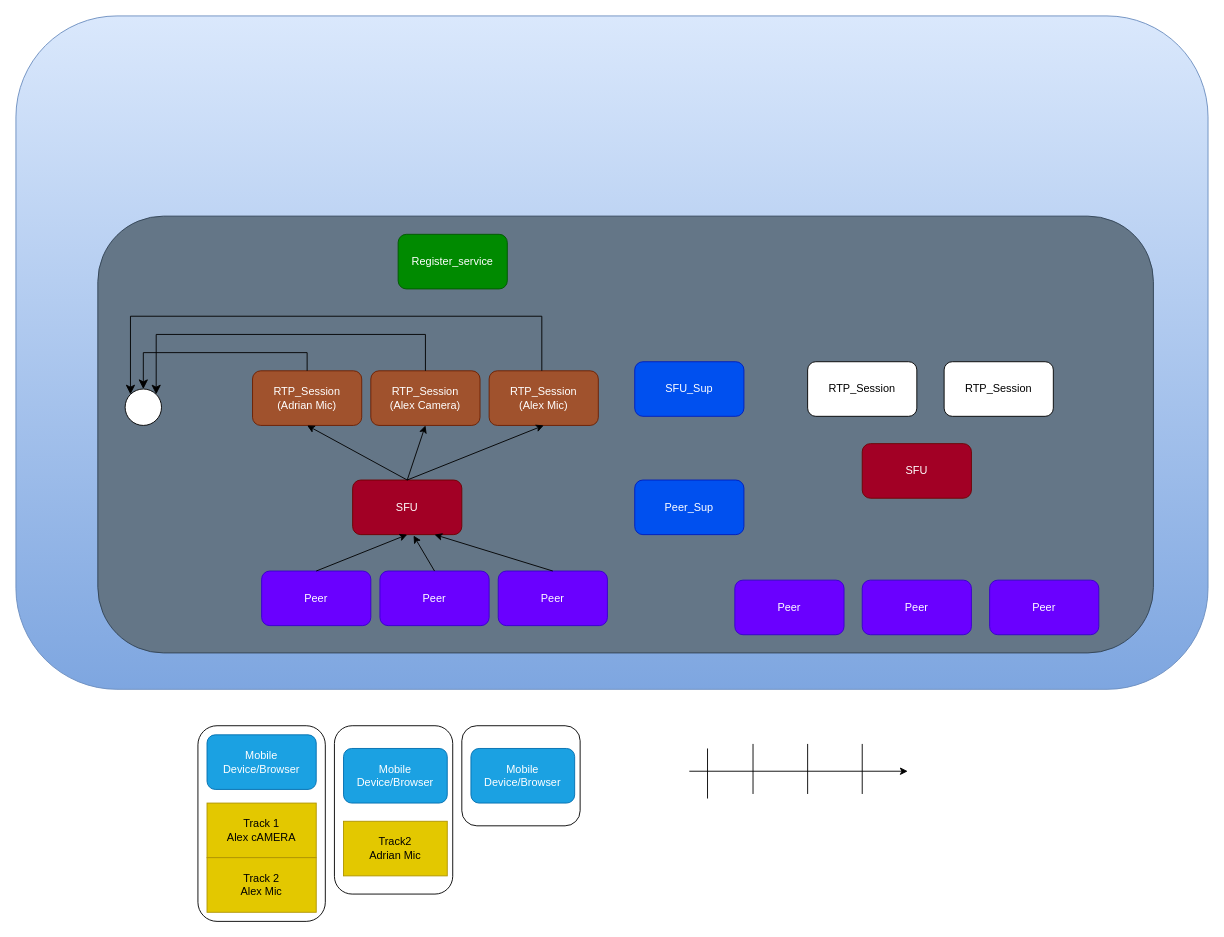
The draw.io diagram oituz/src/architecture.drawio in Oituz/Signalling, before the edit. Source tidied: cells renumbered, new cells numbered last; positions are measured from the earlier drawing's top-left corner, leaving out a move shared by most shapes. Both pictures are drawn from the tidied source at 91%, with x=0, y=0 at pixel (15, 15).
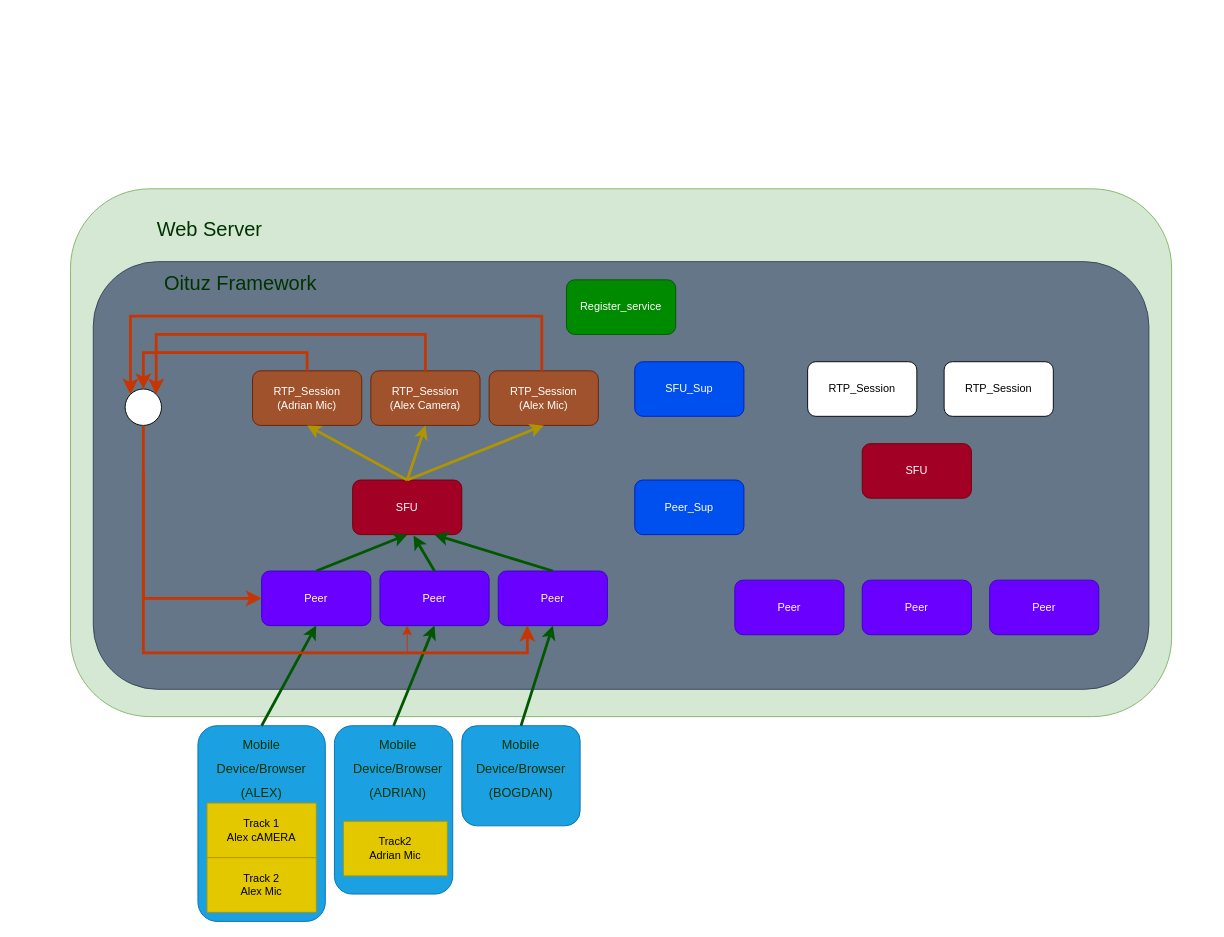
Above is the later version.

The change refers to these unchanged cells:
```xml
<mxCell id="5" value="SFU" style="rounded=1;whiteSpace=wrap;html=1;fillColor=#a20025;fontColor=#ffffff;strokeColor=#6F0000;" parent="1" vertex="1">
  <mxGeometry x="370" y="510" width="120" height="60" as="geometry" />
</mxCell>
<mxCell id="6" value="Peer" style="rounded=1;whiteSpace=wrap;html=1;fillColor=#6a00ff;fontColor=#ffffff;strokeColor=#3700CC;" parent="1" vertex="1">
  <mxGeometry x="270" y="610" width="120" height="60" as="geometry" />
</mxCell>
<mxCell id="7" value="Peer" style="rounded=1;whiteSpace=wrap;html=1;fillColor=#6a00ff;fontColor=#ffffff;strokeColor=#3700CC;" parent="1" vertex="1">
  <mxGeometry x="400" y="610" width="120" height="60" as="geometry" />
</mxCell>
<mxCell id="8" value="Peer" style="rounded=1;whiteSpace=wrap;html=1;fillColor=#6a00ff;fontColor=#ffffff;strokeColor=#3700CC;" parent="1" vertex="1">
  <mxGeometry x="530" y="610" width="120" height="60" as="geometry" />
</mxCell>
<mxCell id="18" value="RTP_Session&lt;br&gt;(Adrian Mic)" style="rounded=1;whiteSpace=wrap;html=1;fillColor=#a0522d;fontColor=#ffffff;strokeColor=#6D1F00;" parent="1" vertex="1">
  <mxGeometry x="260" y="390" width="120" height="60" as="geometry" />
</mxCell>
<mxCell id="19" value="RTP_Session&lt;br&gt;(Alex Mic)" style="rounded=1;whiteSpace=wrap;html=1;fillColor=#a0522d;fontColor=#ffffff;strokeColor=#6D1F00;" parent="1" vertex="1">
  <mxGeometry x="520" y="390" width="120" height="60" as="geometry" />
</mxCell>
<mxCell id="21" value="RTP_Session&lt;br&gt;(Alex Camera)" style="rounded=1;whiteSpace=wrap;html=1;fillColor=#a0522d;fontColor=#ffffff;strokeColor=#6D1F00;" parent="1" vertex="1">
  <mxGeometry x="390" y="390" width="120" height="60" as="geometry" />
</mxCell>
<mxCell id="35" style="ellipse;whiteSpace=wrap;html=1;" parent="1" vertex="1">
  <mxGeometry x="120" y="410" width="40" height="40" as="geometry" />
</mxCell>
```

Diff of the diagram source:
```diff
@@
-    <mxCell id="2" style="rounded=1;whiteSpace=wrap;html=1;fillColor=#dae8fc;strokeColor=#6c8ebf;gradientColor=#7ea6e0;" parent="1" vertex="1">
-      <mxGeometry width="1310" height="740" as="geometry" />
+    <mxCell id="2" style="rounded=1;whiteSpace=wrap;html=1;fillColor=#d5e8d4;strokeColor=#82b366;" parent="1" vertex="1">
+      <mxGeometry x="60" y="190" width="1210" height="580" as="geometry" />
     </mxCell>
-    <mxCell id="3" style="rounded=1;whiteSpace=wrap;html=1;" parent="1" vertex="1">
+    <mxCell id="3" style="rounded=1;whiteSpace=wrap;html=1;fillColor=#1ba1e2;fontColor=#ffffff;strokeColor=#006EAF;" parent="1" vertex="1">
       <mxGeometry x="200" y="780" width="140" height="215" as="geometry" />
     </mxCell>
     <mxCell id="4" style="rounded=1;whiteSpace=wrap;html=1;fillColor=#647687;strokeColor=#314354;fontColor=#ffffff;" parent="1" vertex="1">
-      <mxGeometry x="90" y="220" width="1160" height="480" as="geometry" />
+      <mxGeometry x="85" y="270" width="1160" height="470" as="geometry" />
     </mxCell>
@@
     <mxCell id="13" value="Register_service" style="rounded=1;whiteSpace=wrap;html=1;fillColor=#008a00;fontColor=#ffffff;strokeColor=#005700;" parent="1" vertex="1">
-      <mxGeometry x="420" y="240" width="120" height="60" as="geometry" />
+      <mxGeometry x="605" y="290" width="120" height="60" as="geometry" />
     </mxCell>
@@
-    <mxCell id="16" value="Mobile Device/Browser" style="rounded=1;whiteSpace=wrap;html=1;fillColor=#1ba1e2;fontColor=#ffffff;strokeColor=#006EAF;" parent="1" vertex="1">
-      <mxGeometry x="210" y="790" width="120" height="60" as="geometry" />
-    </mxCell>
-    <mxCell id="17" style="endArrow=classic;html=1;exitX=0.5;exitY=0;exitDx=0;exitDy=0;entryX=0.5;entryY=1;entryDx=0;entryDy=0;" parent="1" edge="1" source="6" target="5">
+    <mxCell id="17" style="endArrow=classic;html=1;exitX=0.5;exitY=0;exitDx=0;exitDy=0;entryX=0.5;entryY=1;entryDx=0;entryDy=0;fillColor=#008a00;strokeColor=#005700;strokeWidth=3;" parent="1" edge="1" source="6" target="5">
       <mxGeometry relative="1" as="geometry" />
     </mxCell>
@@
-    <mxCell id="20" style="endArrow=classic;html=1;exitX=0.5;exitY=0;exitDx=0;exitDy=0;entryX=0.5;entryY=1;entryDx=0;entryDy=0;" parent="1" edge="1" source="5" target="18">
+    <mxCell id="20" style="endArrow=classic;html=1;exitX=0.5;exitY=0;exitDx=0;exitDy=0;entryX=0.5;entryY=1;entryDx=0;entryDy=0;fillColor=#e3c800;strokeColor=#B09500;strokeWidth=3;" parent="1" edge="1" source="5" target="18">
       <mxGeometry relative="1" as="geometry" />
     </mxCell>
@@
-    <mxCell id="26" style="rounded=1;whiteSpace=wrap;html=1;" parent="1" vertex="1">
+    <mxCell id="26" style="rounded=1;whiteSpace=wrap;html=1;fillColor=#1ba1e2;fontColor=#ffffff;strokeColor=#006EAF;" parent="1" vertex="1">
       <mxGeometry x="350" y="780" width="130" height="185" as="geometry" />
     </mxCell>
-    <mxCell id="27" value="Mobile Device/Browser" style="rounded=1;whiteSpace=wrap;html=1;fillColor=#1ba1e2;fontColor=#ffffff;strokeColor=#006EAF;" parent="1" vertex="1">
-      <mxGeometry x="360" y="805" width="114" height="60" as="geometry" />
-    </mxCell>
@@
-    <mxCell id="29" style="endArrow=classic;html=1;exitX=0.5;exitY=0;exitDx=0;exitDy=0;entryX=0.558;entryY=1.017;entryDx=0;entryDy=0;entryPerimeter=0;" parent="1" edge="1" source="7" target="5">
+    <mxCell id="29" style="endArrow=classic;html=1;exitX=0.5;exitY=0;exitDx=0;exitDy=0;entryX=0.558;entryY=1.017;entryDx=0;entryDy=0;entryPerimeter=0;strokeWidth=3;fillColor=#008a00;strokeColor=#005700;" parent="1" edge="1" source="7" target="5">
       <mxGeometry relative="1" as="geometry" />
     </mxCell>
-    <mxCell id="30" style="endArrow=classic;html=1;exitX=0.5;exitY=0;exitDx=0;exitDy=0;entryX=0.75;entryY=1;entryDx=0;entryDy=0;" parent="1" edge="1" source="8" target="5">
+    <mxCell id="30" style="endArrow=classic;html=1;exitX=0.5;exitY=0;exitDx=0;exitDy=0;entryX=0.75;entryY=1;entryDx=0;entryDy=0;fillColor=#008a00;strokeColor=#005700;strokeWidth=3;" parent="1" edge="1" source="8" target="5">
       <mxGeometry relative="1" as="geometry" />
     </mxCell>
-    <mxCell id="31" style="rounded=1;whiteSpace=wrap;html=1;" parent="1" vertex="1">
+    <mxCell id="31" style="rounded=1;whiteSpace=wrap;html=1;fillColor=#1ba1e2;fontColor=#ffffff;strokeColor=#006EAF;" parent="1" vertex="1">
       <mxGeometry x="490" y="780" width="130" height="110" as="geometry" />
     </mxCell>
-    <mxCell id="32" value="Mobile Device/Browser" style="rounded=1;whiteSpace=wrap;html=1;fillColor=#1ba1e2;fontColor=#ffffff;strokeColor=#006EAF;" parent="1" vertex="1">
-      <mxGeometry x="500" y="805" width="114" height="60" as="geometry" />
-    </mxCell>
-    <mxCell id="33" style="endArrow=classic;html=1;entryX=0.5;entryY=1;entryDx=0;entryDy=0;" parent="1" edge="1" target="21">
+    <mxCell id="33" style="endArrow=classic;html=1;entryX=0.5;entryY=1;entryDx=0;entryDy=0;fillColor=#e3c800;strokeColor=#B09500;strokeWidth=3;" parent="1" edge="1" target="21">
       <mxGeometry relative="1" as="geometry">
         <mxPoint x="430" y="510" as="sourcePoint" />
       </mxGeometry>
     </mxCell>
-    <mxCell id="34" style="endArrow=classic;html=1;entryX=0.5;entryY=1;entryDx=0;entryDy=0;exitX=0.5;exitY=0;exitDx=0;exitDy=0;" parent="1" edge="1" source="5" target="19">
+    <mxCell id="34" style="endArrow=classic;html=1;entryX=0.5;entryY=1;entryDx=0;entryDy=0;exitX=0.5;exitY=0;exitDx=0;exitDy=0;fillColor=#e3c800;strokeColor=#B09500;strokeWidth=3;" parent="1" edge="1" source="5" target="19">
       <mxGeometry relative="1" as="geometry" />
     </mxCell>
@@
-    <mxCell id="36" style="edgeStyle=elbowEdgeStyle;elbow=vertical;endArrow=classic;html=1;curved=0;rounded=0;endSize=8;startSize=8;exitX=0.5;exitY=0;exitDx=0;exitDy=0;entryX=0.5;entryY=0;entryDx=0;entryDy=0;" parent="1" edge="1" source="18" target="35">
+    <mxCell id="36" style="edgeStyle=elbowEdgeStyle;elbow=vertical;endArrow=classic;html=1;curved=0;rounded=0;endSize=8;startSize=8;exitX=0.5;exitY=0;exitDx=0;exitDy=0;entryX=0.5;entryY=0;entryDx=0;entryDy=0;strokeWidth=3;fillColor=#fa6800;strokeColor=#C73500;" parent="1" edge="1" source="18" target="35">
       <mxGeometry relative="1" as="geometry">
         <Array as="points">
           <mxPoint x="230" y="370" />
         </Array>
       </mxGeometry>
     </mxCell>
-    <mxCell id="37" style="edgeStyle=elbowEdgeStyle;elbow=vertical;endArrow=classic;html=1;curved=0;rounded=0;endSize=8;startSize=8;exitX=0.5;exitY=0;exitDx=0;exitDy=0;entryX=1;entryY=0;entryDx=0;entryDy=0;" parent="1" edge="1" source="21" target="35">
+    <mxCell id="37" style="edgeStyle=elbowEdgeStyle;elbow=vertical;endArrow=classic;html=1;curved=0;rounded=0;endSize=8;startSize=8;exitX=0.5;exitY=0;exitDx=0;exitDy=0;entryX=1;entryY=0;entryDx=0;entryDy=0;strokeWidth=3;fillColor=#fa6800;strokeColor=#C73500;" parent="1" edge="1" source="21" target="35">
       <mxGeometry relative="1" as="geometry">
         <Array as="points">
           <mxPoint x="220" y="350" />
         </Array>
       </mxGeometry>
     </mxCell>
-    <mxCell id="38" style="edgeStyle=elbowEdgeStyle;elbow=vertical;endArrow=classic;html=1;curved=0;rounded=0;endSize=8;startSize=8;exitX=0.5;exitY=0;exitDx=0;exitDy=0;entryX=0;entryY=0;entryDx=0;entryDy=0;" parent="1" edge="1" target="35">
+    <mxCell id="38" style="edgeStyle=elbowEdgeStyle;elbow=vertical;endArrow=classic;html=1;curved=0;rounded=0;endSize=8;startSize=8;exitX=0.5;exitY=0;exitDx=0;exitDy=0;entryX=0;entryY=0;entryDx=0;entryDy=0;strokeWidth=3;fillColor=#fa6800;strokeColor=#C73500;" parent="1" edge="1" target="35">
       <mxGeometry relative="1" as="geometry">
         <mxPoint x="577.9" y="390" as="sourcePoint" />
         <Array as="points">
           <mxPoint x="430" y="330" />
         </Array>
       </mxGeometry>
     </mxCell>
-    <mxCell id="39" style="endArrow=classic;html=1;" parent="1" edge="1">
-      <mxGeometry relative="1" as="geometry">
-        <mxPoint x="740" y="830" as="sourcePoint" />
-        <mxPoint x="980" y="830" as="targetPoint" />
-      </mxGeometry>
-    </mxCell>
-    <mxCell id="40" style="endArrow=none;html=1;" parent="1" edge="1">
-      <mxGeometry relative="1" as="geometry">
-        <mxPoint x="760" y="860" as="sourcePoint" />
-        <mxPoint x="760" y="805" as="targetPoint" />
-      </mxGeometry>
-    </mxCell>
-    <mxCell id="41" style="endArrow=none;html=1;" parent="1" edge="1">
-      <mxGeometry relative="1" as="geometry">
-        <mxPoint x="810" y="855" as="sourcePoint" />
-        <mxPoint x="810" y="800" as="targetPoint" />
-      </mxGeometry>
-    </mxCell>
-    <mxCell id="42" style="endArrow=none;html=1;" parent="1" edge="1">
-      <mxGeometry relative="1" as="geometry">
-        <mxPoint x="870" y="855" as="sourcePoint" />
-        <mxPoint x="870" y="800" as="targetPoint" />
-      </mxGeometry>
-    </mxCell>
-    <mxCell id="43" style="endArrow=none;html=1;" parent="1" edge="1">
-      <mxGeometry relative="1" as="geometry">
-        <mxPoint x="930" y="855" as="sourcePoint" />
-        <mxPoint x="930" y="800" as="targetPoint" />
-      </mxGeometry>
-    </mxCell>
+    <mxCell id="44" value="&lt;font style=&quot;font-size: 22px;&quot;&gt;Web Server&lt;/font&gt;" style="text;html=1;strokeColor=none;fillColor=none;align=center;verticalAlign=middle;whiteSpace=wrap;rounded=0;fontColor=#003300;" parent="1" vertex="1">
+      <mxGeometry x="86" y="220" width="254" height="30" as="geometry" />
+    </mxCell>
+    <mxCell id="45" value="&lt;font style=&quot;font-size: 22px;&quot;&gt;Oituz Framework&lt;/font&gt;" style="text;html=1;strokeColor=none;fillColor=none;align=center;verticalAlign=middle;whiteSpace=wrap;rounded=0;fontColor=#003300;" parent="1" vertex="1">
+      <mxGeometry x="120" y="280" width="254" height="30" as="geometry" />
+    </mxCell>
+    <mxCell id="46" style="edgeStyle=elbowEdgeStyle;elbow=vertical;endArrow=classic;html=1;curved=0;rounded=0;endSize=8;startSize=8;exitX=0.5;exitY=1;exitDx=0;exitDy=0;entryX=0;entryY=0.5;entryDx=0;entryDy=0;fillColor=#fa6800;strokeColor=#C73500;strokeWidth=3;" parent="1" edge="1" source="35" target="6">
+      <mxGeometry relative="1" as="geometry">
+        <Array as="points">
+          <mxPoint x="190" y="640" />
+        </Array>
+      </mxGeometry>
+    </mxCell>
+    <mxCell id="47" value="&lt;font style=&quot;font-size: 14px;&quot;&gt;Mobile Device/Browser&lt;br&gt;(ALEX)&lt;br&gt;&lt;/font&gt;" style="text;html=1;strokeColor=none;fillColor=none;align=center;verticalAlign=middle;whiteSpace=wrap;rounded=0;fontSize=22;fontColor=#003300;" parent="1" vertex="1">
+      <mxGeometry x="240" y="810" width="60" height="30" as="geometry" />
+    </mxCell>
+    <mxCell id="48" value="&lt;font style=&quot;font-size: 14px;&quot;&gt;Mobile Device/Browser&lt;br&gt;(ADRIAN)&lt;br&gt;&lt;/font&gt;" style="text;html=1;strokeColor=none;fillColor=none;align=center;verticalAlign=middle;whiteSpace=wrap;rounded=0;fontSize=22;fontColor=#003300;" parent="1" vertex="1">
+      <mxGeometry x="390" y="810" width="60" height="30" as="geometry" />
+    </mxCell>
+    <mxCell id="49" value="&lt;font style=&quot;font-size: 14px;&quot;&gt;Mobile Device/Browser&lt;br&gt;(BOGDAN)&lt;/font&gt;" style="text;html=1;strokeColor=none;fillColor=none;align=center;verticalAlign=middle;whiteSpace=wrap;rounded=0;fontSize=22;fontColor=#003300;" parent="1" vertex="1">
+      <mxGeometry x="525" y="810" width="60" height="30" as="geometry" />
+    </mxCell>
+    <mxCell id="50" style="endArrow=classic;html=1;fontSize=14;fontColor=#003300;exitX=0.5;exitY=0;exitDx=0;exitDy=0;entryX=0.5;entryY=1;entryDx=0;entryDy=0;fillColor=#008a00;strokeColor=#005700;strokeWidth=3;" parent="1" edge="1" source="3" target="6">
+      <mxGeometry relative="1" as="geometry" />
+    </mxCell>
+    <mxCell id="51" style="endArrow=classic;html=1;fontSize=14;fontColor=#003300;exitX=0.5;exitY=0;exitDx=0;exitDy=0;entryX=0.5;entryY=1;entryDx=0;entryDy=0;strokeWidth=3;fillColor=#008a00;strokeColor=#005700;" parent="1" edge="1" source="26" target="7">
+      <mxGeometry relative="1" as="geometry" />
+    </mxCell>
+    <mxCell id="52" style="endArrow=classic;html=1;fontSize=14;fontColor=#003300;exitX=0.5;exitY=0;exitDx=0;exitDy=0;entryX=0.5;entryY=1;entryDx=0;entryDy=0;strokeWidth=3;fillColor=#008a00;strokeColor=#005700;" parent="1" edge="1" source="31" target="8">
+      <mxGeometry relative="1" as="geometry" />
+    </mxCell>
+    <mxCell id="53" style="edgeStyle=elbowEdgeStyle;elbow=vertical;endArrow=classic;html=1;curved=0;rounded=0;endSize=8;startSize=8;exitX=0.5;exitY=1;exitDx=0;exitDy=0;entryX=0.25;entryY=1;entryDx=0;entryDy=0;fillColor=#fa6800;strokeColor=#C73500;" parent="1" edge="1" target="7">
+      <mxGeometry relative="1" as="geometry">
+        <mxPoint x="140" y="510" as="sourcePoint" />
+        <Array as="points">
+          <mxPoint x="190" y="700" />
+        </Array>
+      </mxGeometry>
+    </mxCell>
+    <mxCell id="54" style="edgeStyle=elbowEdgeStyle;elbow=vertical;endArrow=classic;html=1;curved=0;rounded=0;endSize=8;startSize=8;entryX=0.25;entryY=1;entryDx=0;entryDy=0;fillColor=#fa6800;strokeColor=#C73500;strokeWidth=3;" parent="1" edge="1">
+      <mxGeometry relative="1" as="geometry">
+        <mxPoint x="140" y="500" as="sourcePoint" />
+        <mxPoint x="562" y="670" as="targetPoint" />
+        <Array as="points">
+          <mxPoint x="322" y="700" />
+        </Array>
+      </mxGeometry>
+    </mxCell>
```
